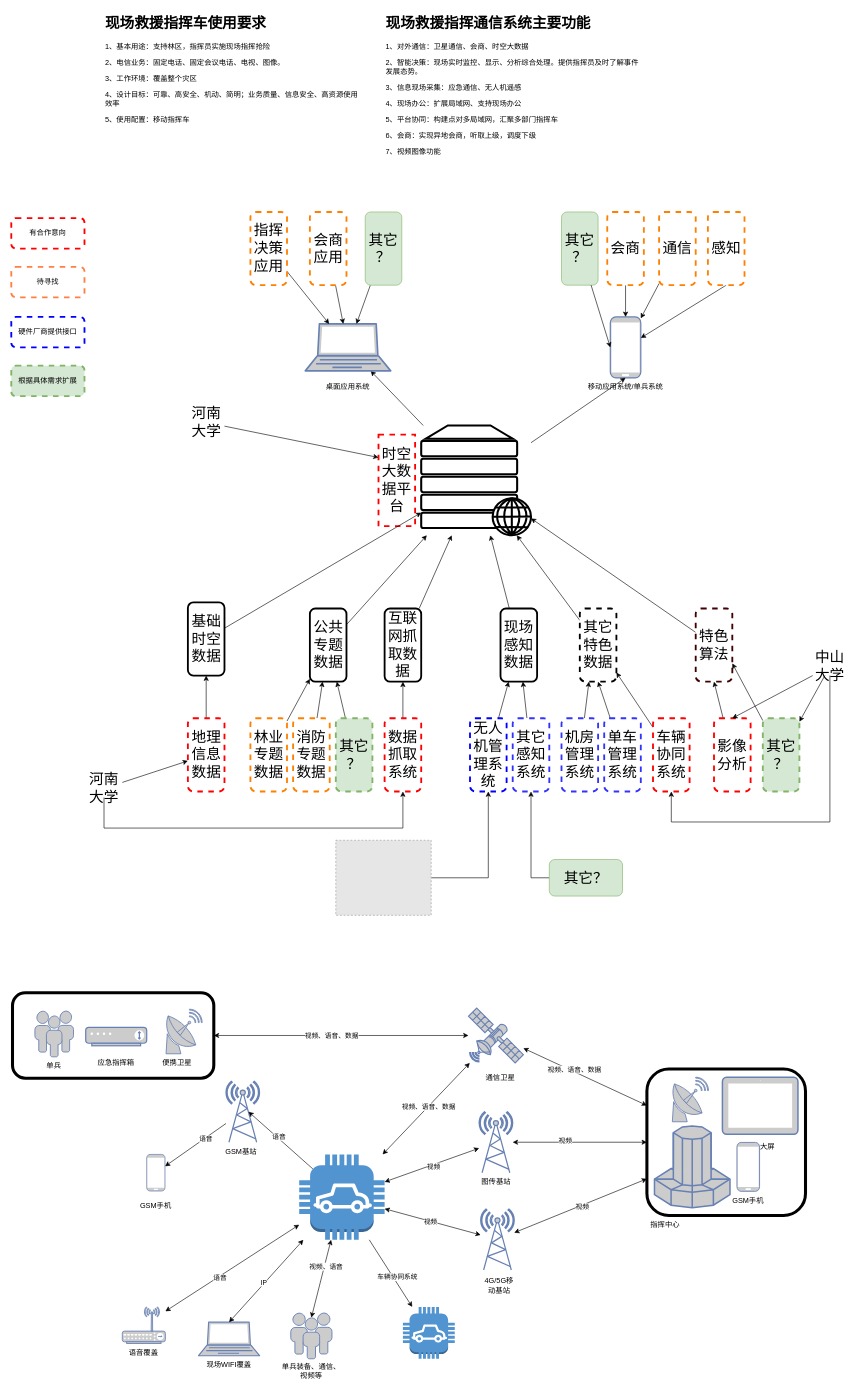
Earlier version of the draw.io diagram 西格玛指挥车架构图.drawio (gaochaowyq/MinderGraph). Source tidied: cells renumbered, new cells numbered last; positions are measured from the earlier drawing's top-left corner, leaving out a move shared by most shapes. Both pictures are drawn from the tidied source at 61%, with x=0, y=0 at pixel (11, 10). Pictures stored in the file or linked from it are replaced by grey dashed boxes.
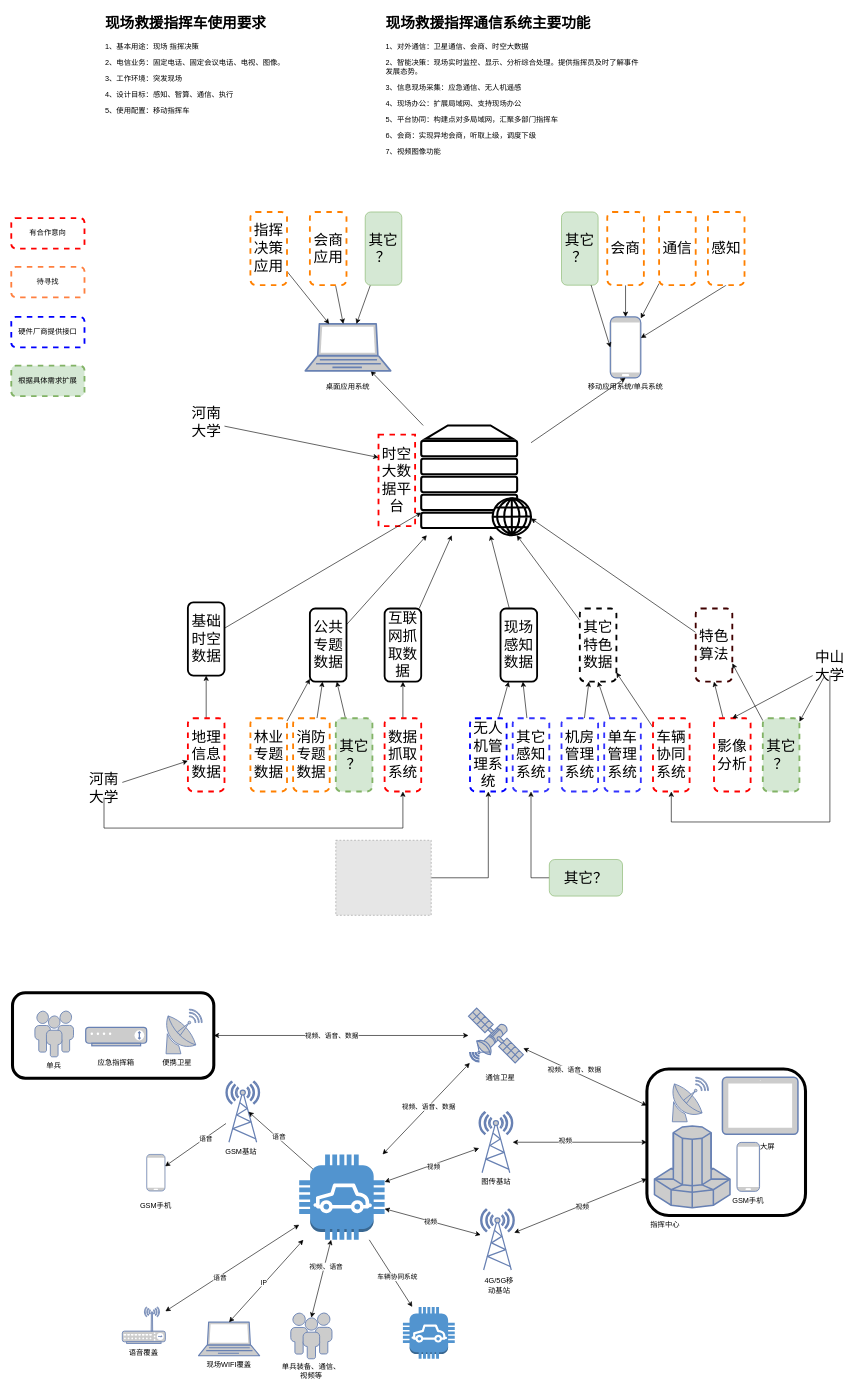
After the change.

Commit message (it also covers changes not shown here):
更新西格玛指挥车架构图.drawio

What changed in the source:
```diff
@@
-    <mxCell id="2" value="&lt;h1 style=&quot;margin-top: 0px;&quot;&gt;现场救援指挥车使用要求&lt;br&gt;&lt;/h1&gt;&lt;p&gt;1、基本用途：支持林区，指挥员实施现场指挥抢险&lt;/p&gt;&lt;p&gt;2、电信业务：固定电话、固定会议电话、电视、图像。&lt;/p&gt;&lt;p&gt;3、工作环境：覆盖整个灾区&lt;/p&gt;&lt;p&gt;4、设计目标：可靠、高安全、机动、简明；业务质量、信息安全、高资源使用效率&lt;/p&gt;&lt;p&gt;5、使用配置：移动指挥车&lt;br&gt;&lt;/p&gt;" style="text;html=1;whiteSpace=wrap;overflow=hidden;rounded=0;" parent="1" vertex="1">
+    <mxCell id="2" value="&lt;h1 style=&quot;margin-top: 0px;&quot;&gt;现场救援指挥车使用要求&lt;br&gt;&lt;/h1&gt;&lt;p&gt;1、基本用途：现场 指挥决策&lt;/p&gt;&lt;p&gt;2、电信业务：固定电话、固定会议电话、电视、图像。&lt;/p&gt;&lt;p&gt;3、工作环境：突发现场&lt;/p&gt;&lt;p&gt;4、设计目标：感知、智算、通信、执行&lt;/p&gt;&lt;p&gt;5、使用配置：移动指挥车&lt;br&gt;&lt;/p&gt;" style="text;html=1;whiteSpace=wrap;overflow=hidden;rounded=0;" parent="1" vertex="1">
       <mxGeometry x="152" width="420" height="190" as="geometry" />
     </mxCell>
```
